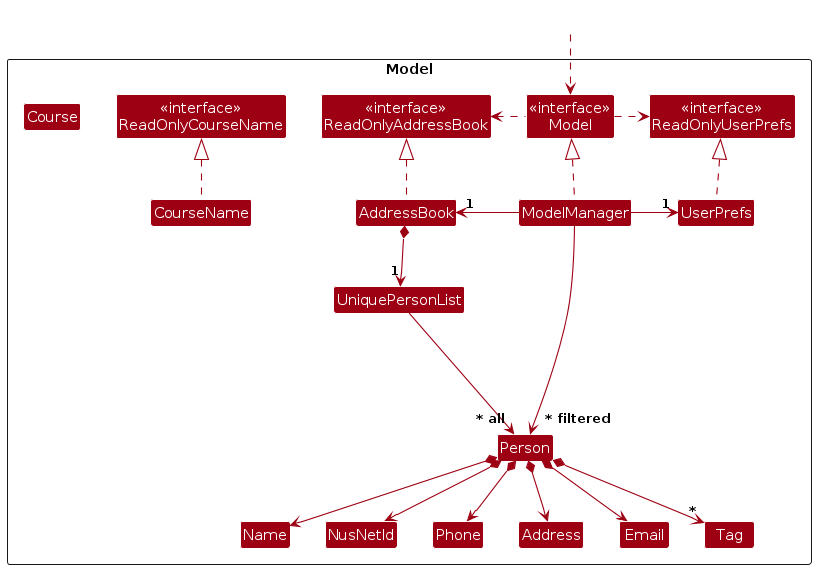
Before: diagrams/ModelClassDiagram.png, a diagram exported from PlantUML (belligerentbeagle/tp). Its source is kept beside it as diagrams/ModelClassDiagram.puml.
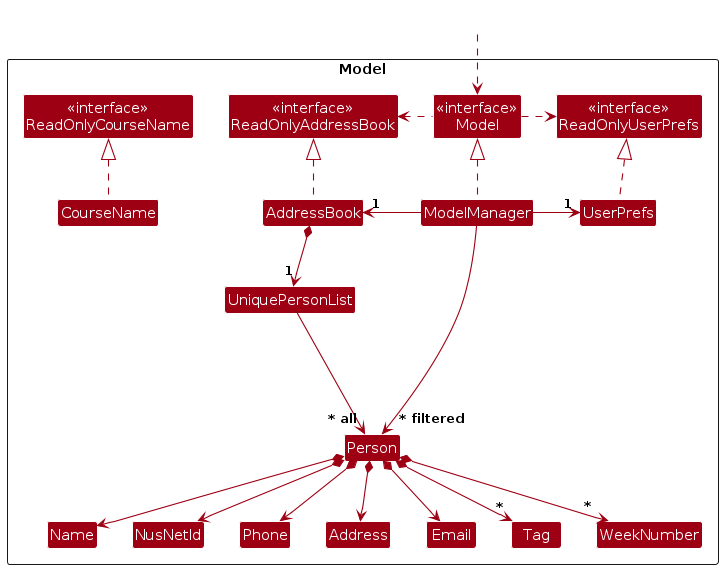
The same file after the commit.

Change to the diagram source:
```diff
@@ -22,7 +22,8 @@
 Class Name
 Class Phone
 Class Tag
-Class Course
+Class WeekNumber
+
 
 Class I #FFFFFF
 }
@@ -48,6 +49,7 @@
 Person *--> Email
 Person *--> Address
 Person *--> "*" Tag
+Person *--> "*" WeekNumber
 
 Person -[hidden]up--> I
 UniquePersonList -[hidden]right-> I
```
